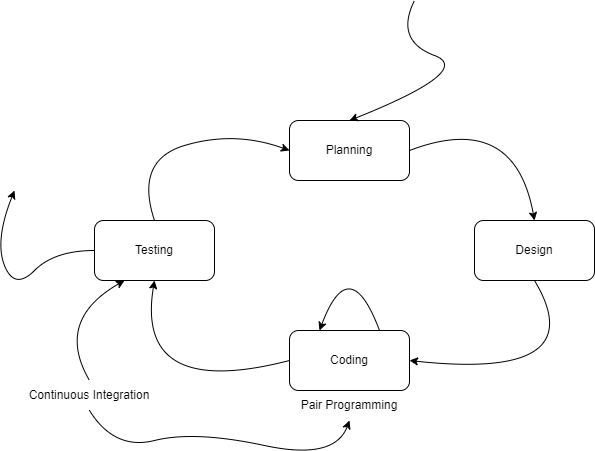
Above: XP.drawio.png in kaisunoo/Acads (draw.io), before the change. Source tidied: cells renumbered, new cells last; positions are measured from the earlier drawing's top-left corner, leaving out a move shared by most shapes. Its diagram source:
```xml
<mxGraphModel>
  <root>
    <mxCell id="0" />
    <mxCell id="1" parent="0" />
    <mxCell id="2" value="Planning" style="rounded=1;whiteSpace=wrap;html=1;" parent="1" vertex="1">
      <mxGeometry x="295" y="120" width="120" height="60" as="geometry" />
    </mxCell>
    <mxCell id="3" value="Design" style="rounded=1;whiteSpace=wrap;html=1;" parent="1" vertex="1">
      <mxGeometry x="480" y="220" width="120" height="60" as="geometry" />
    </mxCell>
    <mxCell id="4" value="Coding" style="rounded=1;whiteSpace=wrap;html=1;" parent="1" vertex="1">
      <mxGeometry x="295" y="330" width="120" height="60" as="geometry" />
    </mxCell>
    <mxCell id="5" value="Testing" style="rounded=1;whiteSpace=wrap;html=1;" parent="1" vertex="1">
      <mxGeometry x="100" y="220" width="120" height="60" as="geometry" />
    </mxCell>
    <mxCell id="6" style="curved=1;endArrow=classic;html=1;rounded=0;entryX=0;entryY=0.5;entryDx=0;entryDy=0;exitX=0.5;exitY=0;exitDx=0;exitDy=0;" parent="1" edge="1" source="5" target="2">
      <mxGeometry relative="1" as="geometry">
        <Array as="points">
          <mxPoint x="140" y="160" />
          <mxPoint x="240" y="130" />
        </Array>
      </mxGeometry>
    </mxCell>
    <mxCell id="7" style="curved=1;endArrow=classic;html=1;rounded=0;entryX=0.5;entryY=0;entryDx=0;entryDy=0;exitX=1;exitY=0.5;exitDx=0;exitDy=0;" parent="1" edge="1" source="2" target="3">
      <mxGeometry relative="1" as="geometry">
        <Array as="points">
          <mxPoint x="520" y="110" />
        </Array>
      </mxGeometry>
    </mxCell>
    <mxCell id="8" style="curved=1;endArrow=classic;html=1;rounded=0;entryX=1;entryY=0.5;entryDx=0;entryDy=0;exitX=0.5;exitY=1;exitDx=0;exitDy=0;" parent="1" edge="1" source="3" target="4">
      <mxGeometry relative="1" as="geometry">
        <Array as="points">
          <mxPoint x="600" y="380" />
        </Array>
      </mxGeometry>
    </mxCell>
    <mxCell id="9" style="curved=1;endArrow=classic;html=1;rounded=0;entryX=0.5;entryY=1;entryDx=0;entryDy=0;exitX=0;exitY=0.5;exitDx=0;exitDy=0;" parent="1" edge="1" source="4" target="5">
      <mxGeometry relative="1" as="geometry">
        <Array as="points">
          <mxPoint x="140" y="400" />
        </Array>
      </mxGeometry>
    </mxCell>
    <mxCell id="10" style="curved=1;endArrow=classic;html=1;rounded=0;entryX=0.25;entryY=0;entryDx=0;entryDy=0;exitX=0.75;exitY=0;exitDx=0;exitDy=0;" parent="1" edge="1" source="4" target="4">
      <mxGeometry relative="1" as="geometry">
        <Array as="points">
          <mxPoint x="355" y="250" />
        </Array>
      </mxGeometry>
    </mxCell>
    <mxCell id="11" style="curved=1;endArrow=classic;html=1;rounded=0;exitX=0;exitY=0.5;exitDx=0;exitDy=0;" parent="1" edge="1" source="5">
      <mxGeometry relative="1" as="geometry">
        <mxPoint x="20" y="190" as="targetPoint" />
        <Array as="points">
          <mxPoint x="60" y="250" />
          <mxPoint x="20" y="290" />
          <mxPoint y="240" />
        </Array>
      </mxGeometry>
    </mxCell>
    <mxCell id="12" style="curved=1;endArrow=classic;html=1;rounded=0;entryX=0.5;entryY=0;entryDx=0;entryDy=0;" parent="1" edge="1" target="2">
      <mxGeometry relative="1" as="geometry">
        <mxPoint x="420" as="sourcePoint" />
        <Array as="points">
          <mxPoint x="400" y="40" />
          <mxPoint x="480" y="70" />
        </Array>
      </mxGeometry>
    </mxCell>
    <mxCell id="13" value="Continuous Integration" style="text;strokeColor=none;align=center;fillColor=none;html=1;verticalAlign=middle;whiteSpace=wrap;rounded=0;" parent="1" vertex="1">
      <mxGeometry x="30" y="380" width="130" height="30" as="geometry" />
    </mxCell>
    <mxCell id="14" style="curved=1;endArrow=classic;html=1;rounded=0;entryX=0.25;entryY=1;entryDx=0;entryDy=0;exitX=0.5;exitY=0;exitDx=0;exitDy=0;" parent="1" edge="1" source="13" target="5">
      <mxGeometry relative="1" as="geometry">
        <Array as="points">
          <mxPoint x="60" y="320" />
        </Array>
      </mxGeometry>
    </mxCell>
    <mxCell id="15" style="curved=1;endArrow=classic;html=1;rounded=0;entryX=0.5;entryY=1;entryDx=0;entryDy=0;exitX=0.5;exitY=1;exitDx=0;exitDy=0;" parent="1" edge="1" source="13" target="16">
      <mxGeometry relative="1" as="geometry">
        <Array as="points">
          <mxPoint x="120" y="450" />
          <mxPoint x="200" y="430" />
          <mxPoint x="340" y="460" />
        </Array>
      </mxGeometry>
    </mxCell>
    <mxCell id="16" value="Pair Programming" style="text;strokeColor=none;align=center;fillColor=none;html=1;verticalAlign=middle;whiteSpace=wrap;rounded=0;" parent="1" vertex="1">
      <mxGeometry x="300" y="390" width="110" height="30" as="geometry" />
    </mxCell>
  </root>
</mxGraphModel>
```
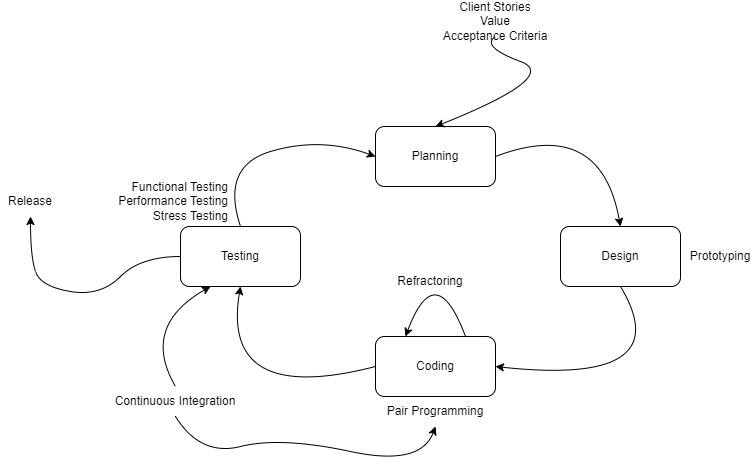
The same diagram one commit later.

The edit, as a diff of the source:
```diff
@@ -50,19 +50,18 @@
         </Array>
       </mxGeometry>
     </mxCell>
-    <mxCell id="11" style="curved=1;endArrow=classic;html=1;rounded=0;exitX=0;exitY=0.5;exitDx=0;exitDy=0;" parent="1" edge="1" source="5">
+    <mxCell id="11" style="curved=1;endArrow=classic;html=1;rounded=0;exitX=0;exitY=0.5;exitDx=0;exitDy=0;entryX=0.5;entryY=1;entryDx=0;entryDy=0;" parent="1" edge="1" source="5" target="18">
       <mxGeometry relative="1" as="geometry">
-        <mxPoint x="20" y="190" as="targetPoint" />
         <Array as="points">
           <mxPoint x="60" y="250" />
           <mxPoint x="20" y="290" />
-          <mxPoint y="240" />
+          <mxPoint x="-40" y="280" />
+          <mxPoint x="-50" y="250" />
         </Array>
       </mxGeometry>
     </mxCell>
-    <mxCell id="12" style="curved=1;endArrow=classic;html=1;rounded=0;entryX=0.5;entryY=0;entryDx=0;entryDy=0;" parent="1" edge="1" target="2">
+    <mxCell id="12" style="curved=1;endArrow=classic;html=1;rounded=0;entryX=0.5;entryY=0;entryDx=0;entryDy=0;exitX=0.5;exitY=1;exitDx=0;exitDy=0;" parent="1" edge="1" source="21" target="2">
       <mxGeometry relative="1" as="geometry">
-        <mxPoint x="420" as="sourcePoint" />
         <Array as="points">
           <mxPoint x="400" y="40" />
           <mxPoint x="480" y="70" />
@@ -91,5 +90,20 @@
     <mxCell id="16" value="Pair Programming" style="text;strokeColor=none;align=center;fillColor=none;html=1;verticalAlign=middle;whiteSpace=wrap;rounded=0;" parent="1" vertex="1">
       <mxGeometry x="300" y="390" width="110" height="30" as="geometry" />
     </mxCell>
+    <mxCell id="17" value="Functional Testing&lt;div&gt;Performance Testing&lt;/div&gt;&lt;div&gt;Stress Testing&lt;/div&gt;" style="text;strokeColor=none;align=right;fillColor=none;html=1;verticalAlign=middle;whiteSpace=wrap;rounded=0;" parent="1" vertex="1">
+      <mxGeometry x="20" y="180" width="130" height="30" as="geometry" />
+    </mxCell>
+    <mxCell id="18" value="Release" style="text;strokeColor=none;align=center;fillColor=none;html=1;verticalAlign=middle;whiteSpace=wrap;rounded=0;" parent="1" vertex="1">
+      <mxGeometry x="-80" y="180" width="60" height="30" as="geometry" />
+    </mxCell>
+    <mxCell id="19" value="Refractoring" style="text;strokeColor=none;align=center;fillColor=none;html=1;verticalAlign=middle;whiteSpace=wrap;rounded=0;" parent="1" vertex="1">
+      <mxGeometry x="320" y="260" width="60" height="30" as="geometry" />
+    </mxCell>
+    <mxCell id="20" value="Prototyping" style="text;strokeColor=none;align=center;fillColor=none;html=1;verticalAlign=middle;whiteSpace=wrap;rounded=0;" parent="1" vertex="1">
+      <mxGeometry x="610" y="235" width="60" height="30" as="geometry" />
+    </mxCell>
+    <mxCell id="21" value="Client Stories&lt;div&gt;Value&lt;/div&gt;&lt;div&gt;Acceptance Criteria&lt;/div&gt;" style="text;strokeColor=none;align=center;fillColor=none;html=1;verticalAlign=middle;whiteSpace=wrap;rounded=0;" parent="1" vertex="1">
+      <mxGeometry x="350" width="130" height="30" as="geometry" />
+    </mxCell>
   </root>
 </mxGraphModel>
```
